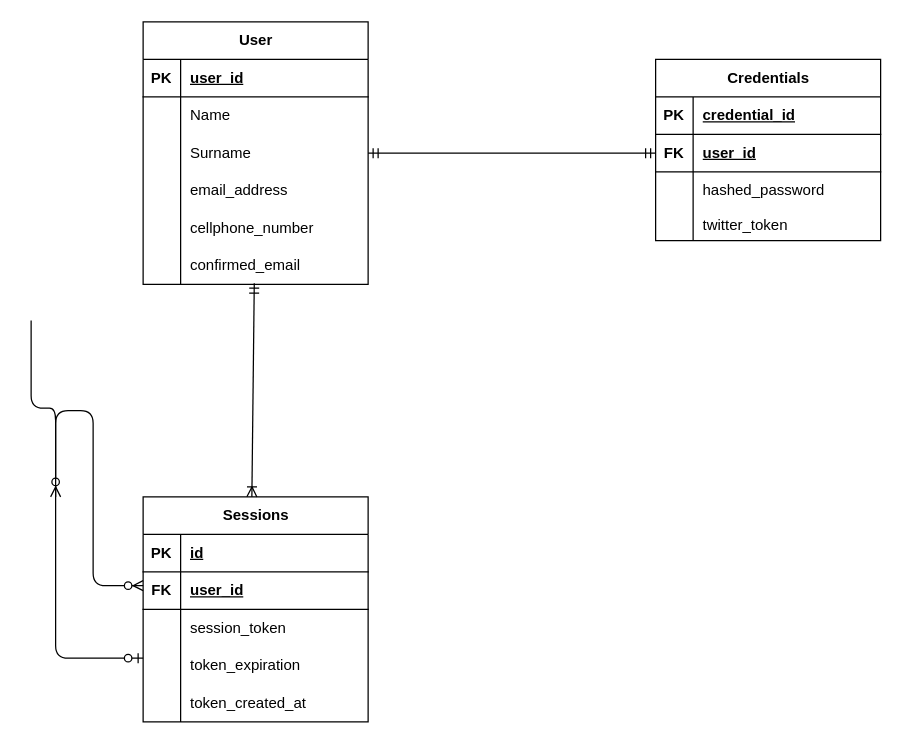
Before: Untitled Diagram.drawio in Tyrese-Mv/SM-Konnekt, a draw.io diagram. Source tidied: cells renumbered, new cells numbered last; positions are measured from the earlier drawing's top-left corner, leaving out a move shared by most shapes. Both pictures are drawn from the tidied source at 125%, with x=0, y=0 at pixel (30, 21).
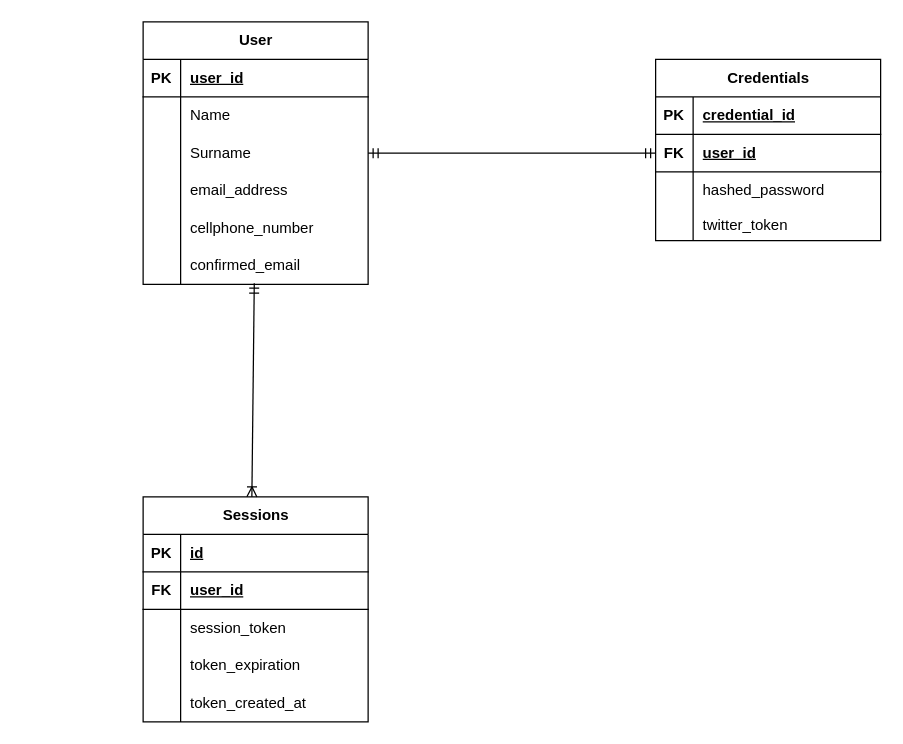
The same diagram, later.

What changed in the source:
```diff
@@
-    <mxCell id="2" style="edgeStyle=orthogonalEdgeStyle;html=1;endArrow=ERzeroToMany;endFill=1;startArrow=ERzeroToMany;labelBackgroundColor=none;fontFamily=Verdana;fontSize=14;entryX=0;entryY=0.5;exitX=0;exitY=0.5;" parent="1" edge="1">
-      <mxGeometry relative="1" as="geometry">
-        <mxPoint x="90" y="451" as="sourcePoint" />
-        <mxPoint x="20" y="380" as="targetPoint" />
-        <Array as="points">
-          <mxPoint x="50" y="451" />
-          <mxPoint x="50" y="311" />
-        </Array>
-      </mxGeometry>
-    </mxCell>
-    <mxCell id="3" style="edgeStyle=orthogonalEdgeStyle;html=1;endArrow=ERzeroToOne;endFill=1;labelBackgroundColor=none;fontFamily=Verdana;fontSize=14;entryX=0;entryY=0.5;exitX=1;exitY=0.5;" parent="1" edge="1">
-      <mxGeometry relative="1" as="geometry">
-        <mxPoint x="0.4" y="238.9" as="sourcePoint" />
-        <mxPoint x="90" y="509" as="targetPoint" />
-        <Array as="points">
-          <mxPoint x="20" y="309" />
-          <mxPoint x="20" y="509" />
-        </Array>
-      </mxGeometry>
-    </mxCell>
```
